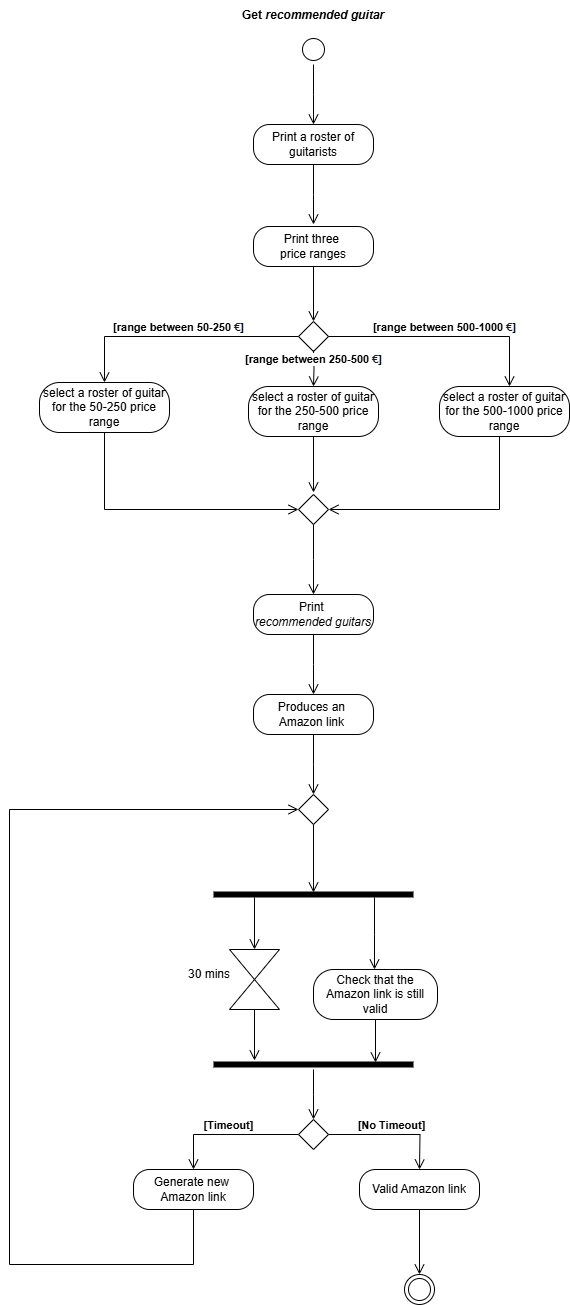
This is ActivityDiagramM.drawio.png from TizianoLilli/ISPW-Project, a draw.io export, as it was before one commit. Source tidied: cells renumbered, new cells last; positions are measured from the earlier drawing's top-left corner, leaving out a move shared by most shapes.
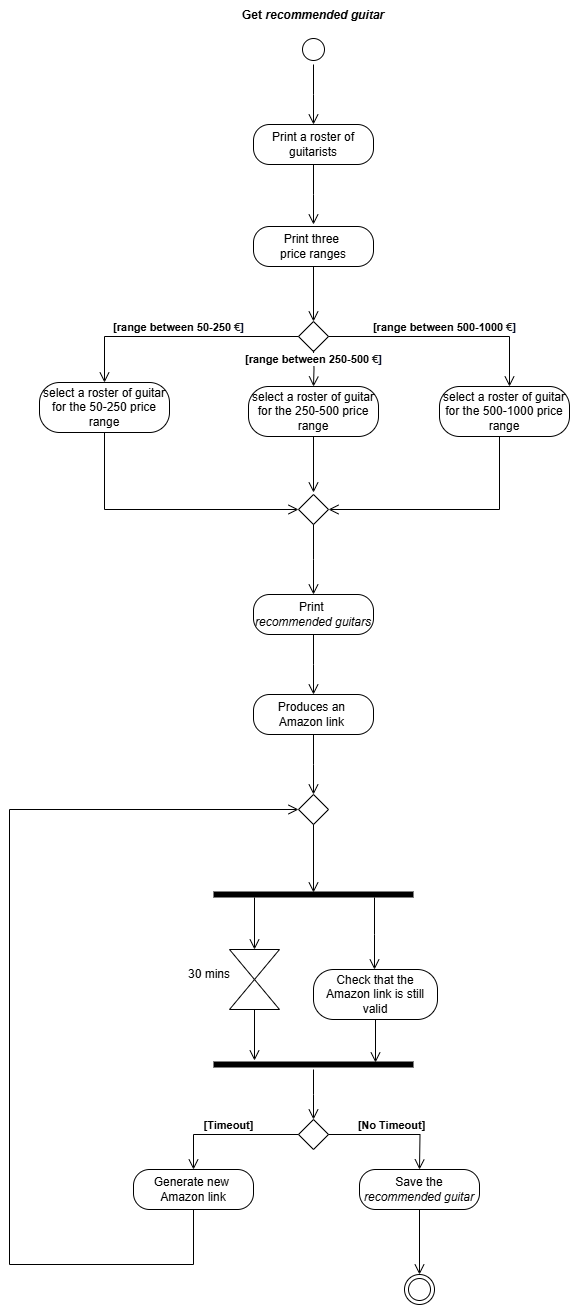
The same file after the commit.

The edit, as a diff of the source:
```diff
@@ -136,7 +136,7 @@
         <mxPoint x="410" y="1169" as="targetPoint" />
       </mxGeometry>
     </mxCell>
-    <mxCell id="35" value="Valid Amazon link" style="rounded=1;whiteSpace=wrap;html=1;arcSize=40;labelBackgroundColor=none;" parent="1" vertex="1">
+    <mxCell id="35" value="Save the&lt;div&gt;&lt;i&gt;recommended guitar&lt;/i&gt;&lt;/div&gt;" style="rounded=1;whiteSpace=wrap;html=1;arcSize=40;labelBackgroundColor=none;" parent="1" vertex="1">
       <mxGeometry x="350" y="1169" width="120" height="40" as="geometry" />
     </mxCell>
     <mxCell id="36" value="&lt;b&gt;[Timeout]&lt;/b&gt;" style="edgeStyle=orthogonalEdgeStyle;html=1;verticalAlign=bottom;endArrow=open;endSize=8;rounded=0;exitX=0;exitY=0.5;exitDx=0;exitDy=0;labelBackgroundColor=none;fontColor=default;" parent="1" edge="1" source="26" target="37">
```
